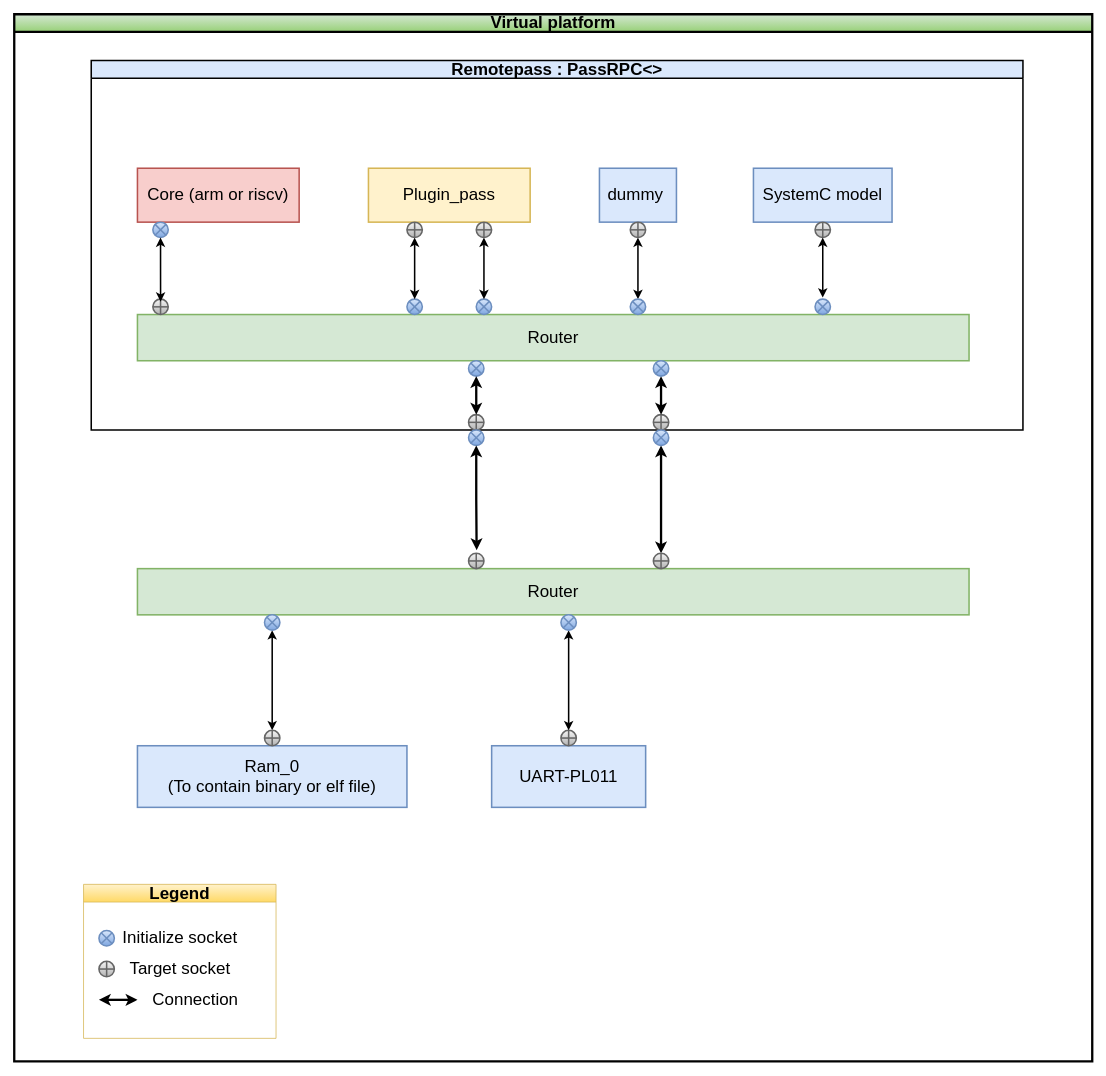
Earlier version of the draw.io diagram docs/architecture/qbox.drawio (Winxkin/qbox). Source tidied: cells renumbered, new cells numbered last; positions are measured from the earlier drawing's top-left corner, leaving out a move shared by most shapes. Both pictures are drawn from the tidied source at 77%, with x=0, y=0 at pixel (14, 14).
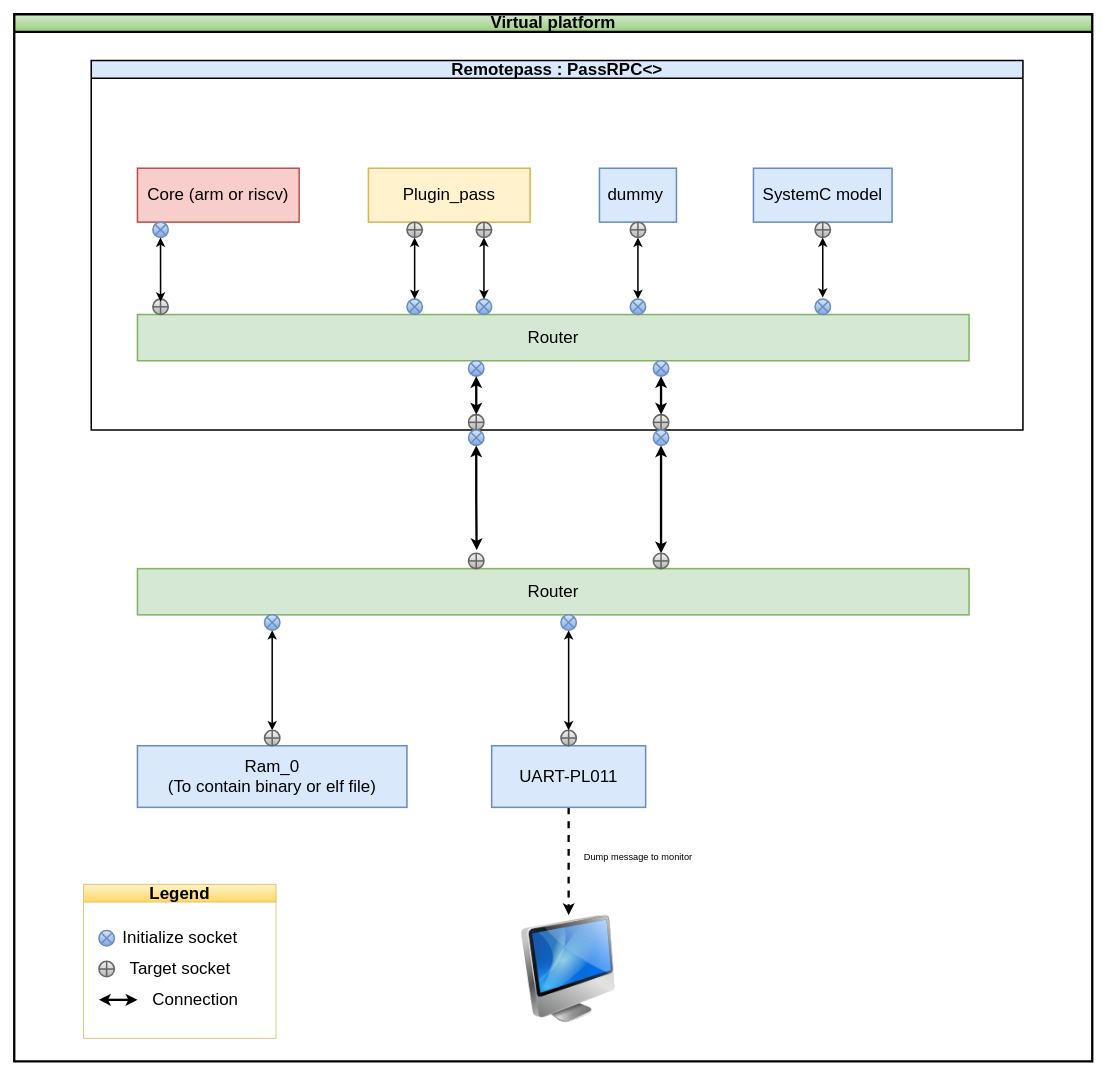
The same diagram, later.

Commit message (it also covers changes not shown here):
update virtual platform architecture (update monitor)

Unchanged cells that the change refers to:
```xml
<mxCell id="12" value="&lt;font style=&quot;font-size: 22px;&quot;&gt;UART-PL011&lt;/font&gt;" style="rounded=0;whiteSpace=wrap;html=1;strokeWidth=2;fillColor=#dae8fc;strokeColor=#6c8ebf;" parent="1" vertex="1">
  <mxGeometry x="620" y="950" width="200" height="80" as="geometry" />
</mxCell>
<mxCell id="51" value="&lt;font style=&quot;font-size: 22px;&quot;&gt;Virtual platform&lt;/font&gt;" style="swimlane;whiteSpace=wrap;html=1;fillColor=#d5e8d4;gradientColor=#97d077;strokeColor=#000000;strokeWidth=3;" parent="1" vertex="1">
  <mxGeometry width="1400" height="1360" as="geometry" />
</mxCell>
```

Change to the diagram source:
```diff
@@
+    <mxCell id="52" style="edgeStyle=orthogonalEdgeStyle;rounded=0;jettySize=auto;html=1;entryX=0.5;entryY=0;entryDx=0;entryDy=0;strokeWidth=3;dashed=1;" parent="1" edge="1" source="12" target="53">
+      <mxGeometry relative="1" as="geometry" />
+    </mxCell>
@@
+    <mxCell id="53" style="image;html=1;image=img/lib/clip_art/computers/iMac_128x128.png;" parent="51" vertex="1">
+      <mxGeometry x="635" y="1170" width="170" height="140" as="geometry" />
+    </mxCell>
+    <mxCell id="54" value="Dump message to monitor" style="text;html=1;align=center;verticalAlign=middle;strokeColor=none;fillColor=none;" parent="51" vertex="1">
+      <mxGeometry x="730" y="1080" width="160" height="30" as="geometry" />
+    </mxCell>
```
